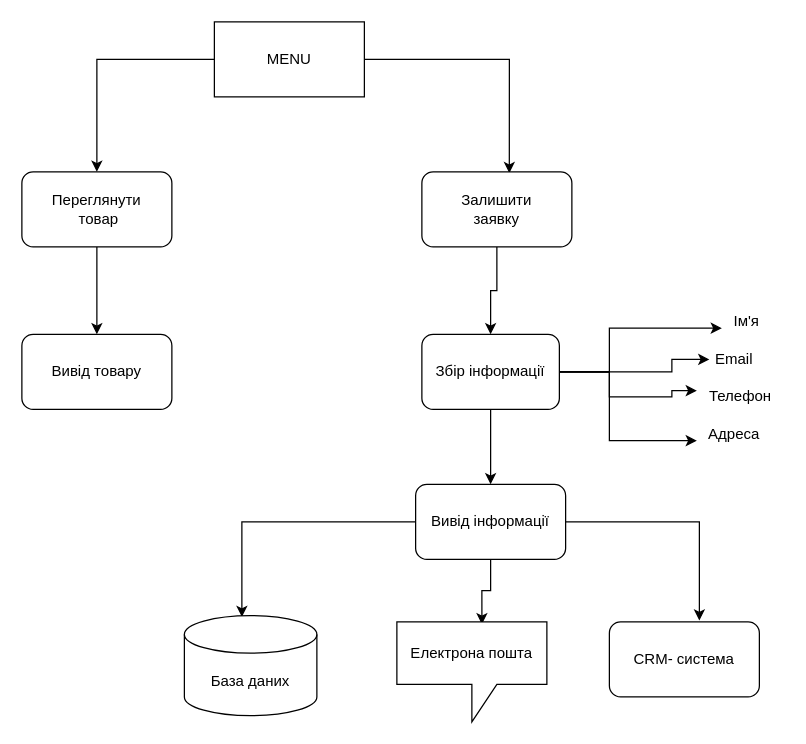
Before: chatbot2.drawio in MEvgen/test2, a draw.io diagram. Source tidied: cells renumbered, new cells numbered last; positions are measured from the earlier drawing's top-left corner, leaving out a move shared by most shapes. Both pictures are drawn from the tidied source at 125%, with x=0, y=0 at pixel (21, 21).
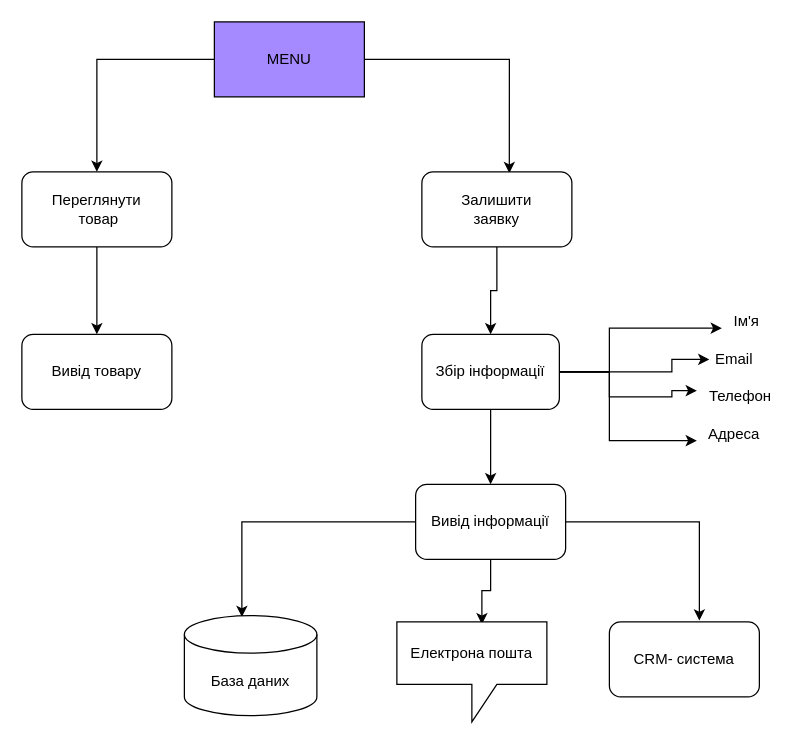
The same page after the edit.

What changed in the source:
```diff
@@
-    <mxCell id="4" value="MENU" style="rounded=0;whiteSpace=wrap;html=1;" parent="1" vertex="1">
+    <mxCell id="4" value="MENU" style="rounded=0;whiteSpace=wrap;html=1;fillColor=#A58AFF;" parent="1" vertex="1">
       <mxGeometry x="154" width="120" height="60" as="geometry" />
     </mxCell>
```
